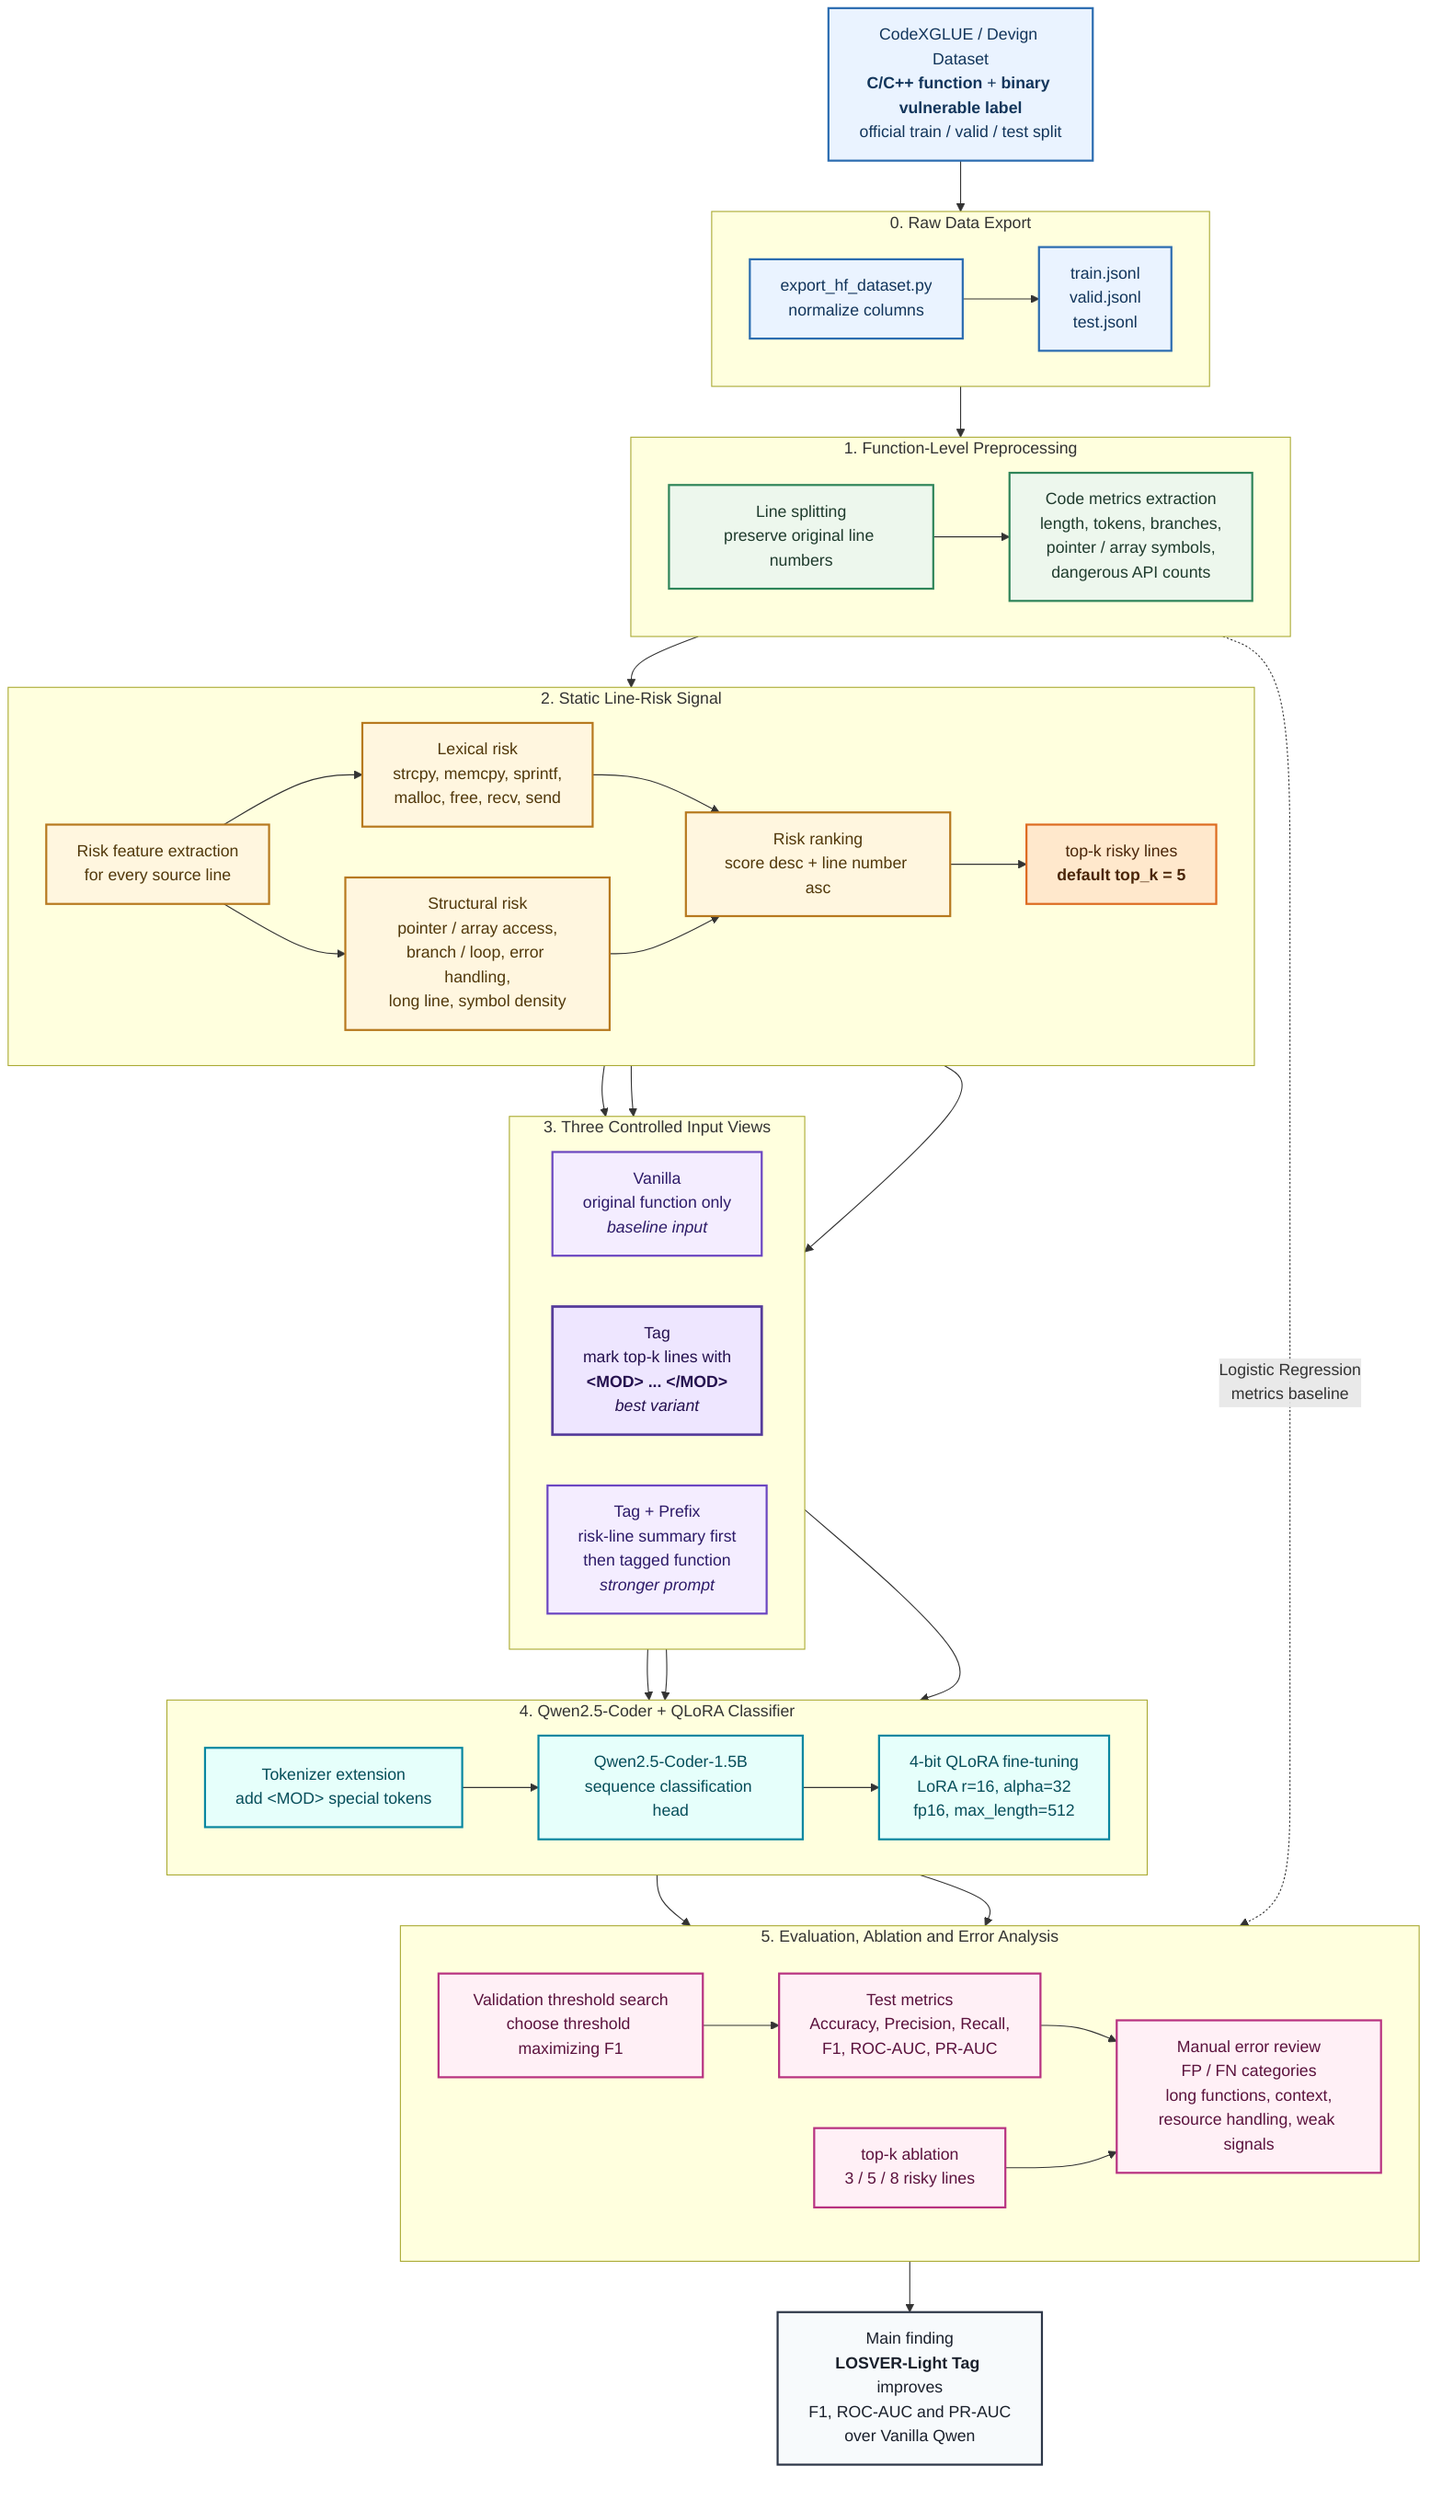
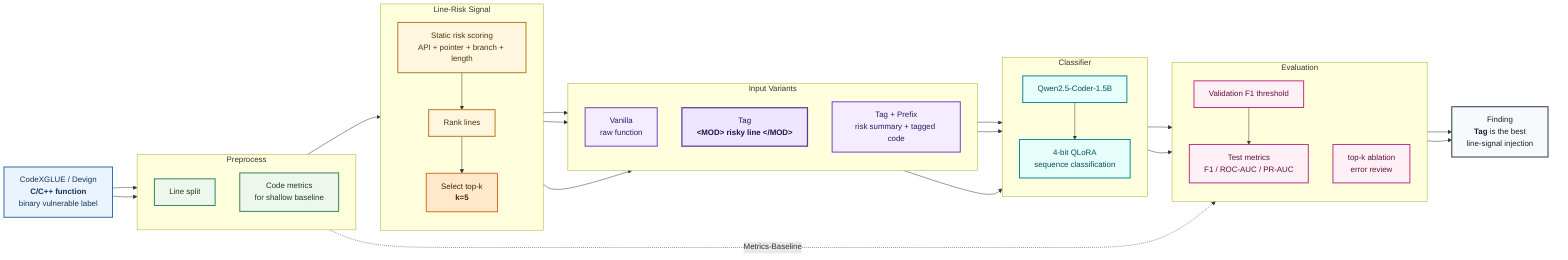
- flowchart TB
-   %% LOSVER-Light pipeline for the final report.
-   %% Recommended render size: 1400x1800, background #ffffff.
+ flowchart LR
+   %% Compact LOSVER-Light pipeline for paper/report use.
+   %% Recommended render size: 1500x850, background #ffffff.

-   A0["CodeXGLUE / Devign Dataset<br/><b>C/C++ function</b> + <b>binary vulnerable label</b><br/>official train / valid / test split"]:::data
+   A["CodeXGLUE / Devign<br/><b>C/C++ function</b><br/>binary vulnerable label"]:::data

-   subgraph S0["0. Raw Data Export"]
-     direction LR
-     A1["export_hf_dataset.py<br/>normalize columns"]:::data
-     A2["train.jsonl<br/>valid.jsonl<br/>test.jsonl"]:::data
+   subgraph P["Preprocess"]
+     direction TB
+     B1["Line split"]:::process
+     B2["Code metrics<br/>for shallow baseline"]:::process
  end

-   subgraph S1["1. Function-Level Preprocessing"]
-     direction LR
-     B1["Line splitting<br/>preserve original line numbers"]:::process
-     B2["Code metrics extraction<br/>length, tokens, branches,<br/>pointer / array symbols,<br/>dangerous API counts"]:::process
+   subgraph R["Line-Risk Signal"]
+     direction TB
+     C1["Static risk scoring<br/>API + pointer + branch + length"]:::signal
+     C2["Rank lines"]:::signal
+     C3["Select top-k<br/><b>k=5</b>"]:::key
  end

-   subgraph S2["2. Static Line-Risk Signal"]
-     direction LR
-     C1["Risk feature extraction<br/>for every source line"]:::signal
-     C2["Lexical risk<br/>strcpy, memcpy, sprintf,<br/>malloc, free, recv, send"]:::signal
-     C3["Structural risk<br/>pointer / array access,<br/>branch / loop, error handling,<br/>long line, symbol density"]:::signal
-     C4["Risk ranking<br/>score desc + line number asc"]:::signal
-     C5["top-k risky lines<br/><b>default top_k = 5</b>"]:::key
+   subgraph I["Input Variants"]
+     direction TB
+     D1["Vanilla<br/>raw function"]:::variant
+     D2["Tag<br/><b>&lt;MOD&gt; risky line &lt;/MOD&gt;</b>"]:::variantStrong
+     D3["Tag + Prefix<br/>risk summary + tagged code"]:::variant
  end

-   subgraph S3["3. Three Controlled Input Views"]
-     direction LR
-     D1["Vanilla<br/>original function only<br/><i>baseline input</i>"]:::variant
-     D2["Tag<br/>mark top-k lines with<br/><b>&lt;MOD&gt; ... &lt;/MOD&gt;</b><br/><i>best variant</i>"]:::variantStrong
-     D3["Tag + Prefix<br/>risk-line summary first<br/>then tagged function<br/><i>stronger prompt</i>"]:::variant
+   subgraph M["Classifier"]
+     direction TB
+     E1["Qwen2.5-Coder-1.5B"]:::model
+     E2["4-bit QLoRA<br/>sequence classification"]:::model
  end

-   subgraph S4["4. Qwen2.5-Coder + QLoRA Classifier"]
-     direction LR
-     E1["Tokenizer extension<br/>add &lt;MOD&gt; special tokens"]:::model
-     E2["Qwen2.5-Coder-1.5B<br/>sequence classification head"]:::model
-     E3["4-bit QLoRA fine-tuning<br/>LoRA r=16, alpha=32<br/>fp16, max_length=512"]:::model
+   subgraph O["Evaluation"]
+     direction TB
+     F1["Validation F1 threshold"]:::eval
+     F2["Test metrics<br/>F1 / ROC-AUC / PR-AUC"]:::eval
+     F3["top-k ablation<br/>error review"]:::eval
  end

-   subgraph S5["5. Evaluation, Ablation and Error Analysis"]
-     direction LR
-     F1["Validation threshold search<br/>choose threshold maximizing F1"]:::eval
-     F2["Test metrics<br/>Accuracy, Precision, Recall,<br/>F1, ROC-AUC, PR-AUC"]:::eval
-     F3["top-k ablation<br/>3 / 5 / 8 risky lines"]:::eval
-     F4["Manual error review<br/>FP / FN categories<br/>long functions, context,<br/>resource handling, weak signals"]:::eval
-   end
+   G["Finding<br/><b>Tag</b> is the best<br/>line-signal injection"]:::result

-   G1["Main finding<br/><b>LOSVER-Light Tag</b> improves<br/>F1, ROC-AUC and PR-AUC<br/>over Vanilla Qwen"]:::result
- 
-   A0 --> A1 --> A2 --> B1
-   B1 --> B2
-   B1 --> C1
-   C1 --> C2
-   C1 --> C3
-   C2 --> C4
-   C3 --> C4
-   C4 --> C5
-   C5 --> D1 & D2 & D3
-   D1 --> E1
-   D2 --> E1
-   D3 --> E1
-   E1 --> E2 --> E3
-   B2 -. "Logistic Regression<br/>metrics baseline" .-> F2
-   E3 --> F1 --> F2
-   E3 --> F3
-   F2 --> F4
-   F3 --> F4
-   F4 --> G1
+   A --> B1 --> C1 --> C2 --> C3
+   A --> B2
+   B2 -. "Metrics-Baseline" .-> F2
+   C3 --> D1 & D2 & D3
+   D1 & D2 & D3 --> E1 --> E2
+   E2 --> F1 --> F2 --> G
+   E2 --> F3 --> G

  classDef data fill:#eaf3ff,stroke:#2b6cb0,stroke-width:2px,color:#12355b;
  classDef process fill:#edf7ed,stroke:#2f855a,stroke-width:2px,color:#1f3b2d;
  classDef signal fill:#fff6df,stroke:#b7791f,stroke-width:2px,color:#51380b;
  classDef key fill:#ffe8cc,stroke:#dd6b20,stroke-width:2px,color:#4a2508;
  classDef variant fill:#f4edff,stroke:#6b46c1,stroke-width:2px,color:#2d1b69;
  classDef variantStrong fill:#eee6ff,stroke:#553c9a,stroke-width:2.5px,color:#24104f;
  classDef model fill:#e6fffb,stroke:#0987a0,stroke-width:2px,color:#064e5a;
  classDef eval fill:#fff0f6,stroke:#b83280,stroke-width:2px,color:#5b123d;
  classDef result fill:#f7fafc,stroke:#2d3748,stroke-width:2px,color:#1a202c;
